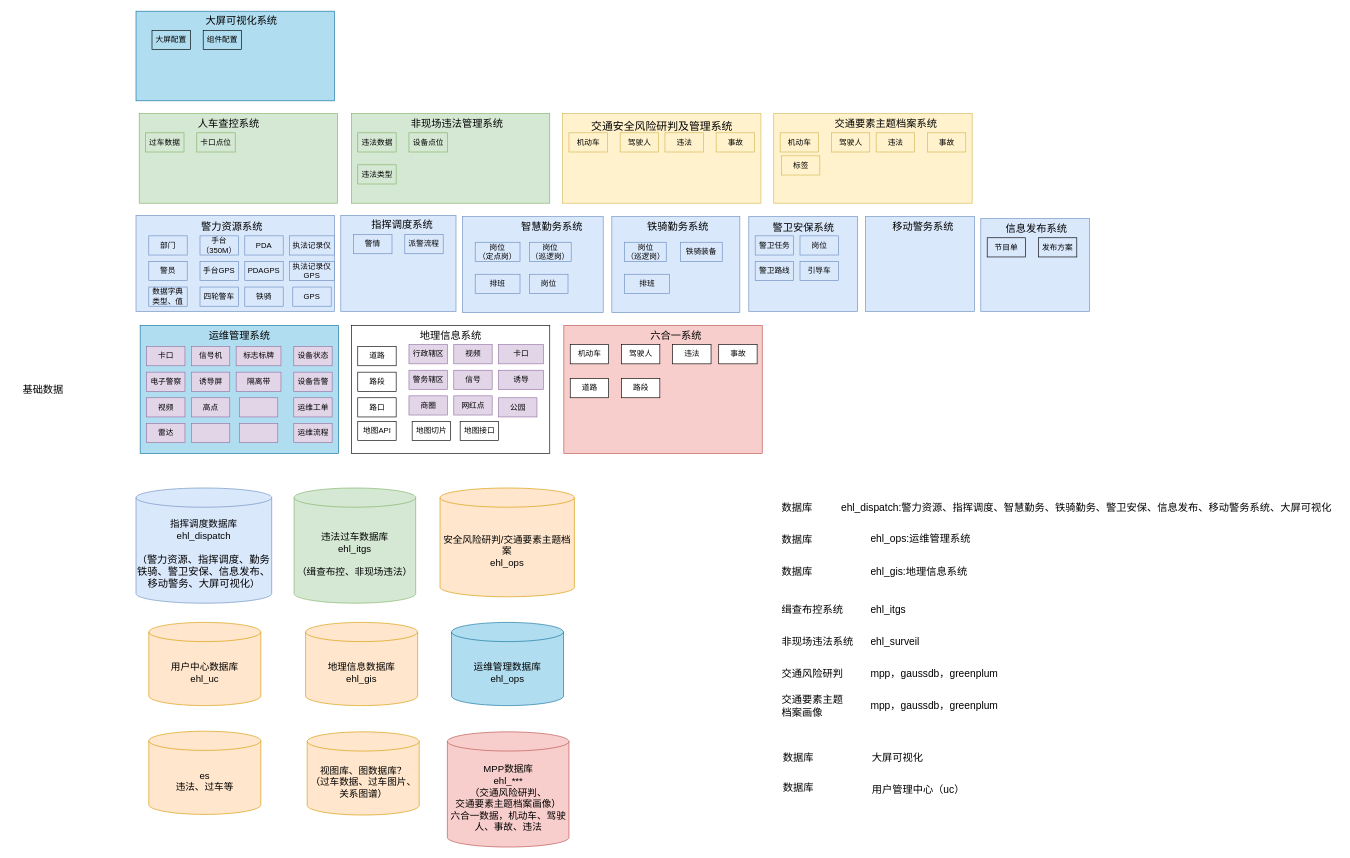
Earlier version of the draw.io diagram page "数据库架构图" (2 of 3) of 应用基线产品架构.drawio (bj-ehualu/drawio). Source tidied: cells renumbered, new cells numbered last; positions are measured from the earlier drawing's top-left corner, leaving out a move shared by most shapes. Both pictures are drawn from the tidied source at 64%, with x=0, y=0 at pixel (11, 11).
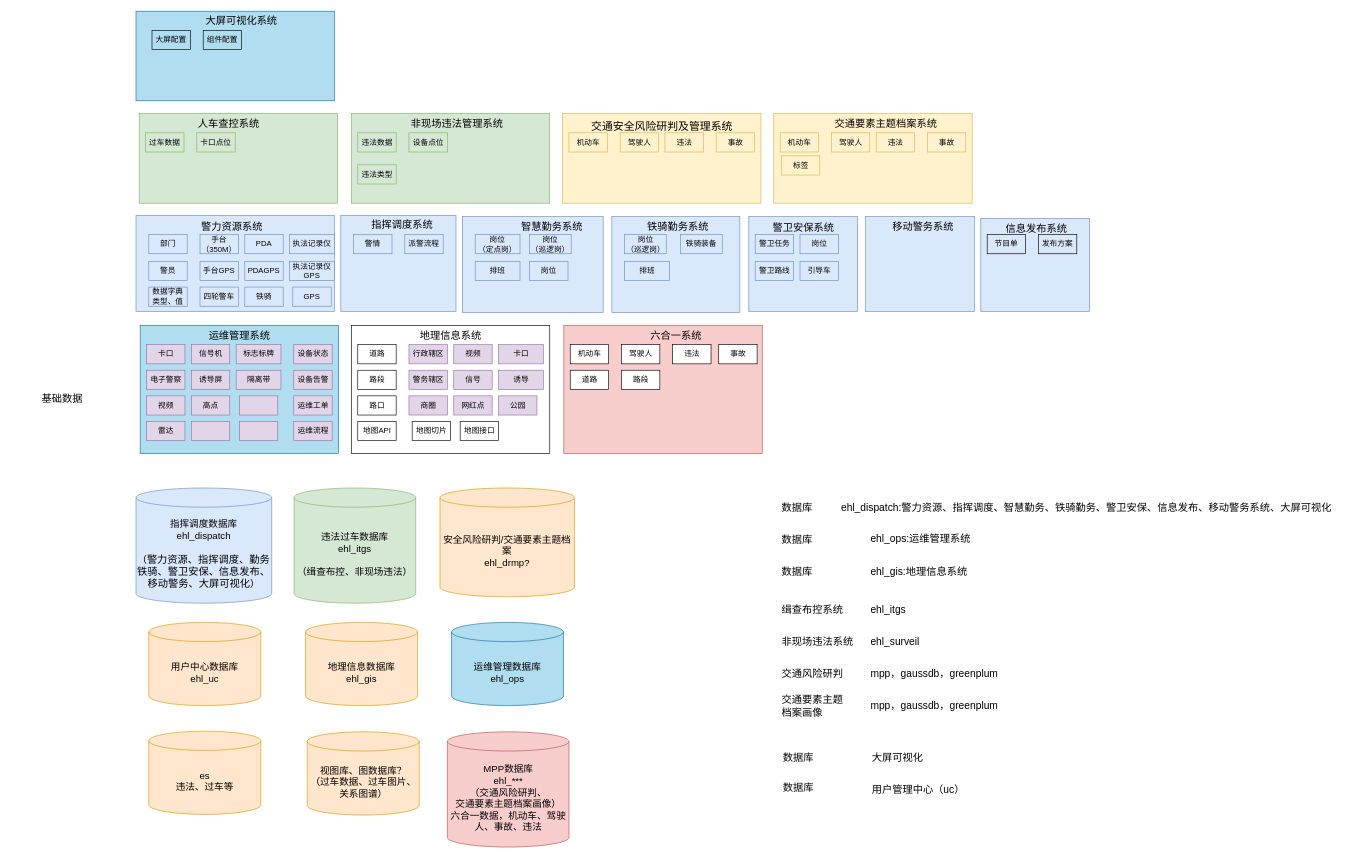
Above is the later version.

Change to the diagram source:
```diff
@@
     <mxCell id="7" value="基础数据" style="text;html=1;align=center;verticalAlign=middle;whiteSpace=wrap;rounded=0;fontSize=16;" parent="1" vertex="1">
-      <mxGeometry y="576" width="100" height="30" as="geometry" />
+      <mxGeometry x="30" y="590" width="100" height="30" as="geometry" />
     </mxCell>
     <mxCell id="8" value="部门" style="rounded=0;whiteSpace=wrap;html=1;fillColor=#dae8fc;strokeColor=#6c8ebf;" parent="1" vertex="1">
-      <mxGeometry x="215" y="351" width="60" height="30" as="geometry" />
+      <mxGeometry x="215" y="349" width="60" height="30" as="geometry" />
     </mxCell>
@@
     <mxCell id="13" value="手台&lt;div&gt;（350M）&lt;/div&gt;" style="rounded=0;whiteSpace=wrap;html=1;fillColor=#dae8fc;strokeColor=#6c8ebf;" parent="1" vertex="1">
-      <mxGeometry x="295" y="351" width="60" height="30" as="geometry" />
+      <mxGeometry x="295" y="349" width="60" height="30" as="geometry" />
     </mxCell>
     <mxCell id="14" value="&lt;div&gt;PDA&lt;/div&gt;" style="rounded=0;whiteSpace=wrap;html=1;fillColor=#dae8fc;strokeColor=#6c8ebf;" parent="1" vertex="1">
-      <mxGeometry x="365" y="351" width="60" height="30" as="geometry" />
+      <mxGeometry x="365" y="349" width="60" height="30" as="geometry" />
     </mxCell>
     <mxCell id="15" value="&lt;div&gt;执法记录仪&lt;/div&gt;" style="rounded=0;whiteSpace=wrap;html=1;fillColor=#dae8fc;strokeColor=#6c8ebf;" parent="1" vertex="1">
-      <mxGeometry x="435" y="351" width="70" height="30" as="geometry" />
+      <mxGeometry x="435" y="349" width="70" height="30" as="geometry" />
     </mxCell>
@@
     <mxCell id="24" value="道路" style="rounded=0;whiteSpace=wrap;html=1;" parent="1" vertex="1">
-      <mxGeometry x="541.5" y="524" width="60" height="30" as="geometry" />
+      <mxGeometry x="541.5" y="521" width="60" height="30" as="geometry" />
     </mxCell>
     <mxCell id="25" value="路段" style="rounded=0;whiteSpace=wrap;html=1;" parent="1" vertex="1">
-      <mxGeometry x="541.5" y="564" width="60" height="30" as="geometry" />
+      <mxGeometry x="541.5" y="561" width="60" height="30" as="geometry" />
     </mxCell>
     <mxCell id="26" value="卡口" style="rounded=0;whiteSpace=wrap;html=1;fillColor=#e1d5e7;strokeColor=#9673a6;" parent="1" vertex="1">
-      <mxGeometry x="211.5" y="524" width="60" height="30" as="geometry" />
+      <mxGeometry x="211.5" y="521" width="60" height="30" as="geometry" />
     </mxCell>
     <mxCell id="27" value="信号机" style="rounded=0;whiteSpace=wrap;html=1;fillColor=#e1d5e7;strokeColor=#9673a6;" parent="1" vertex="1">
-      <mxGeometry x="281.5" y="524" width="60" height="30" as="geometry" />
+      <mxGeometry x="281.5" y="521" width="60" height="30" as="geometry" />
     </mxCell>
     <mxCell id="28" value="标志标牌" style="rounded=0;whiteSpace=wrap;html=1;fillColor=#e1d5e7;strokeColor=#9673a6;" parent="1" vertex="1">
-      <mxGeometry x="351.5" y="524" width="70" height="30" as="geometry" />
+      <mxGeometry x="351.5" y="521" width="70" height="30" as="geometry" />
     </mxCell>
     <mxCell id="29" style="rounded=0;whiteSpace=wrap;html=1;fillColor=#e1d5e7;strokeColor=#9673a6;" parent="1" vertex="1">
-      <mxGeometry x="281.5" y="644" width="60" height="30" as="geometry" />
+      <mxGeometry x="281.5" y="641" width="60" height="30" as="geometry" />
     </mxCell>
     <mxCell id="30" value="雷达" style="rounded=0;whiteSpace=wrap;html=1;fillColor=#e1d5e7;strokeColor=#9673a6;" parent="1" vertex="1">
-      <mxGeometry x="211.5" y="644" width="60" height="30" as="geometry" />
+      <mxGeometry x="211.5" y="641" width="60" height="30" as="geometry" />
     </mxCell>
     <mxCell id="31" value="高点" style="rounded=0;whiteSpace=wrap;html=1;fillColor=#e1d5e7;strokeColor=#9673a6;" parent="1" vertex="1">
-      <mxGeometry x="281.5" y="604" width="60" height="30" as="geometry" />
+      <mxGeometry x="281.5" y="601" width="60" height="30" as="geometry" />
     </mxCell>
     <mxCell id="32" value="&lt;div&gt;视频&lt;/div&gt;" style="rounded=0;whiteSpace=wrap;html=1;fillColor=#e1d5e7;strokeColor=#9673a6;" parent="1" vertex="1">
-      <mxGeometry x="211.5" y="604" width="60" height="30" as="geometry" />
+      <mxGeometry x="211.5" y="601" width="60" height="30" as="geometry" />
     </mxCell>
     <mxCell id="33" value="&lt;div&gt;电子警察&lt;/div&gt;" style="rounded=0;whiteSpace=wrap;html=1;fillColor=#e1d5e7;strokeColor=#9673a6;" parent="1" vertex="1">
-      <mxGeometry x="211.5" y="564" width="60" height="30" as="geometry" />
+      <mxGeometry x="211.5" y="561" width="60" height="30" as="geometry" />
     </mxCell>
     <mxCell id="34" value="诱导屏" style="rounded=0;whiteSpace=wrap;html=1;fillColor=#e1d5e7;strokeColor=#9673a6;" parent="1" vertex="1">
-      <mxGeometry x="281.5" y="564" width="60" height="30" as="geometry" />
+      <mxGeometry x="281.5" y="561" width="60" height="30" as="geometry" />
     </mxCell>
     <mxCell id="35" value="隔离带" style="rounded=0;whiteSpace=wrap;html=1;fillColor=#e1d5e7;strokeColor=#9673a6;" parent="1" vertex="1">
-      <mxGeometry x="351.5" y="564" width="70" height="30" as="geometry" />
+      <mxGeometry x="351.5" y="561" width="70" height="30" as="geometry" />
     </mxCell>
     <mxCell id="36" value="路口" style="rounded=0;whiteSpace=wrap;html=1;" parent="1" vertex="1">
-      <mxGeometry x="541.5" y="604" width="60" height="30" as="geometry" />
+      <mxGeometry x="541.5" y="601" width="60" height="30" as="geometry" />
     </mxCell>
@@
     <mxCell id="44" value="公园" style="rounded=0;whiteSpace=wrap;html=1;fillColor=#e1d5e7;strokeColor=#9673a6;" parent="1" vertex="1">
-      <mxGeometry x="761.5" y="604" width="60" height="30" as="geometry" />
+      <mxGeometry x="761.5" y="601" width="60" height="30" as="geometry" />
     </mxCell>
@@
     <mxCell id="52" style="rounded=0;whiteSpace=wrap;html=1;fillColor=#e1d5e7;strokeColor=#9673a6;" parent="1" vertex="1">
-      <mxGeometry x="356.5" y="604" width="60" height="30" as="geometry" />
+      <mxGeometry x="356.5" y="601" width="60" height="30" as="geometry" />
     </mxCell>
     <mxCell id="53" style="rounded=0;whiteSpace=wrap;html=1;fillColor=#e1d5e7;strokeColor=#9673a6;" parent="1" vertex="1">
-      <mxGeometry x="356.5" y="644" width="60" height="30" as="geometry" />
+      <mxGeometry x="356.5" y="641" width="60" height="30" as="geometry" />
     </mxCell>
     <mxCell id="54" value="岗位&lt;div&gt;（定点岗）&lt;/div&gt;" style="rounded=0;whiteSpace=wrap;html=1;fillColor=#dae8fc;strokeColor=#6c8ebf;" parent="1" vertex="1">
-      <mxGeometry x="725" y="361" width="70" height="30" as="geometry" />
+      <mxGeometry x="725" y="349" width="70" height="30" as="geometry" />
     </mxCell>
     <mxCell id="55" value="排班" style="rounded=0;whiteSpace=wrap;html=1;fillColor=#dae8fc;strokeColor=#6c8ebf;" parent="1" vertex="1">
-      <mxGeometry x="725" y="411" width="70" height="30" as="geometry" />
+      <mxGeometry x="725" y="391" width="70" height="30" as="geometry" />
     </mxCell>
     <mxCell id="56" value="岗位&lt;br&gt;（巡逻岗）" style="rounded=0;whiteSpace=wrap;html=1;fillColor=#dae8fc;strokeColor=#6c8ebf;" parent="1" vertex="1">
-      <mxGeometry x="810" y="361" width="65" height="30" as="geometry" />
+      <mxGeometry x="810" y="349" width="65" height="30" as="geometry" />
     </mxCell>
     <mxCell id="57" value="岗位" style="rounded=0;whiteSpace=wrap;html=1;fillColor=#dae8fc;strokeColor=#6c8ebf;" parent="1" vertex="1">
-      <mxGeometry x="810" y="411" width="60" height="30" as="geometry" />
+      <mxGeometry x="810" y="391" width="60" height="30" as="geometry" />
     </mxCell>
@@
     <mxCell id="60" value="排班" style="rounded=0;whiteSpace=wrap;html=1;fillColor=#dae8fc;strokeColor=#6c8ebf;" parent="1" vertex="1">
-      <mxGeometry x="958.5" y="411" width="70" height="30" as="geometry" />
+      <mxGeometry x="958.5" y="391" width="70" height="30" as="geometry" />
     </mxCell>
     <mxCell id="61" value="岗位&lt;br&gt;（巡逻岗）" style="rounded=0;whiteSpace=wrap;html=1;fillColor=#dae8fc;strokeColor=#6c8ebf;" parent="1" vertex="1">
-      <mxGeometry x="958.5" y="361" width="65" height="30" as="geometry" />
+      <mxGeometry x="958.5" y="349" width="65" height="30" as="geometry" />
     </mxCell>
@@
     <mxCell id="77" value="岗位" style="rounded=0;whiteSpace=wrap;html=1;fillColor=#dae8fc;strokeColor=#6c8ebf;" parent="1" vertex="1">
-      <mxGeometry x="1232.5" y="351" width="60" height="30" as="geometry" />
+      <mxGeometry x="1232.5" y="349" width="60" height="30" as="geometry" />
     </mxCell>
@@
     <mxCell id="87" value="道路" style="rounded=0;whiteSpace=wrap;html=1;" parent="1" vertex="1">
-      <mxGeometry x="873.5" y="574" width="60" height="30" as="geometry" />
+      <mxGeometry x="873.5" y="561" width="60" height="30" as="geometry" />
     </mxCell>
     <mxCell id="88" value="路段" style="rounded=0;whiteSpace=wrap;html=1;" parent="1" vertex="1">
-      <mxGeometry x="953.5" y="574" width="60" height="30" as="geometry" />
+      <mxGeometry x="953.5" y="561" width="60" height="30" as="geometry" />
     </mxCell>
@@
     <mxCell id="95" value="铁骑装备" style="rounded=0;whiteSpace=wrap;html=1;fillColor=#dae8fc;strokeColor=#6c8ebf;" parent="1" vertex="1">
-      <mxGeometry x="1046" y="361" width="65" height="30" as="geometry" />
+      <mxGeometry x="1046" y="349" width="65" height="30" as="geometry" />
     </mxCell>
     <mxCell id="96" value="警卫任务" style="rounded=0;whiteSpace=wrap;html=1;fillColor=#dae8fc;strokeColor=#6c8ebf;" parent="1" vertex="1">
-      <mxGeometry x="1162.5" y="351" width="60" height="30" as="geometry" />
+      <mxGeometry x="1162.5" y="349" width="60" height="30" as="geometry" />
     </mxCell>
@@
     <mxCell id="122" value="节目单" style="rounded=0;whiteSpace=wrap;html=1;fillColor=none;" parent="1" vertex="1">
-      <mxGeometry x="1525" y="354" width="60" height="30" as="geometry" />
+      <mxGeometry x="1525" y="349" width="60" height="30" as="geometry" />
     </mxCell>
     <mxCell id="123" value="发布方案" style="rounded=0;whiteSpace=wrap;html=1;fillColor=none;" parent="1" vertex="1">
-      <mxGeometry x="1605" y="354" width="60" height="30" as="geometry" />
+      <mxGeometry x="1605" y="349" width="60" height="30" as="geometry" />
     </mxCell>
@@
     <mxCell id="133" value="运维工单" style="rounded=0;whiteSpace=wrap;html=1;fillColor=#e1d5e7;strokeColor=#9673a6;" parent="1" vertex="1">
-      <mxGeometry x="441.5" y="604" width="60" height="30" as="geometry" />
+      <mxGeometry x="441.5" y="601" width="60" height="30" as="geometry" />
     </mxCell>
     <mxCell id="134" value="运维流程" style="rounded=0;whiteSpace=wrap;html=1;fillColor=#e1d5e7;strokeColor=#9673a6;" parent="1" vertex="1">
-      <mxGeometry x="441.5" y="644" width="60" height="30" as="geometry" />
+      <mxGeometry x="441.5" y="641" width="60" height="30" as="geometry" />
     </mxCell>
     <mxCell id="135" value="设备状态" style="rounded=0;whiteSpace=wrap;html=1;fillColor=#e1d5e7;strokeColor=#9673a6;" parent="1" vertex="1">
-      <mxGeometry x="441.5" y="524" width="60" height="30" as="geometry" />
+      <mxGeometry x="441.5" y="521" width="60" height="30" as="geometry" />
     </mxCell>
     <mxCell id="136" value="设备告警" style="rounded=0;whiteSpace=wrap;html=1;fillColor=#e1d5e7;strokeColor=#9673a6;" parent="1" vertex="1">
-      <mxGeometry x="441.5" y="564" width="60" height="30" as="geometry" />
+      <mxGeometry x="441.5" y="561" width="60" height="30" as="geometry" />
     </mxCell>
@@
-    <mxCell id="139" value="安全风险研判/交通要素主题档案&lt;div&gt;ehl_ops&lt;/div&gt;" style="shape=cylinder3;whiteSpace=wrap;html=1;boundedLbl=1;backgroundOutline=1;size=15;fontSize=15;fillColor=#ffe6cc;strokeColor=#d79b00;" parent="1" vertex="1">
+    <mxCell id="139" value="安全风险研判/交通要素主题档案&lt;div&gt;ehl_drmp?&lt;/div&gt;" style="shape=cylinder3;whiteSpace=wrap;html=1;boundedLbl=1;backgroundOutline=1;size=15;fontSize=15;fillColor=#ffe6cc;strokeColor=#d79b00;" parent="1" vertex="1">
       <mxGeometry x="670" y="745" width="210" height="170" as="geometry" />
     </mxCell>
```
